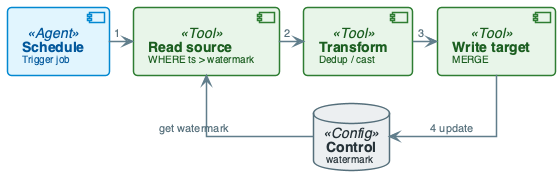
The PlantUML diagram diagrams/week04/week4_lecture_slide22_execution_flow.png in OrPerets/data-engineering-course, before a commit.
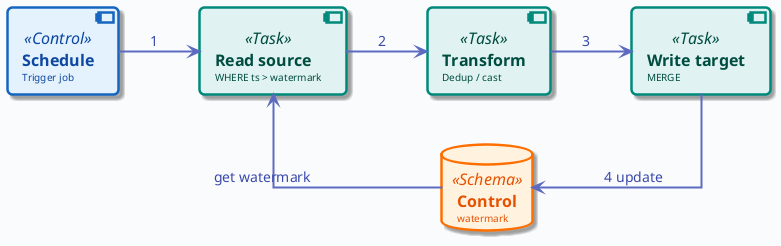
After the commit.

What changed in the source:
```diff
@@ -1,133 +1,18 @@
 @startuml
 
+!include ../_template_styles.puml
+
 top to bottom direction
-skinparam linetype ortho
-skinparam shadowing false
-skinparam roundcorner 8
-skinparam handwritten false
-skinparam nodesep 24
-skinparam ranksep 28
 
-skinparam defaultFontName "Segoe UI, Helvetica, sans-serif"
-skinparam defaultFontSize 16
-skinparam defaultFontColor #2C3E50
+component "**Schedule**\n<size:10>Trigger job</size>" as TRIGGER1 <<Control>>
 
-skinparam rectangle {
-    BackgroundColor #F8F9FA
-    BorderColor #90A4AE
-    BorderThickness 2
-    FontColor #263238
-    FontSize 14
-    FontStyle bold
-    Padding 20
-}
+component "**Read source**\n<size:10>WHERE ts > watermark</size>" as READ1 <<Task>>
 
-skinparam component {
-    BackgroundColor #FFFFFF
-    BorderColor #78909C
-    BorderThickness 1.5
-    FontSize 14
-    Padding 12
-}
+component "**Transform**\n<size:10>Dedup / cast</size>" as TRANSFORM_STEP <<Task>>
 
-skinparam database {
-    BackgroundColor #ECEFF1
-    BorderColor #546E7A
-    BorderThickness 1.5
-    FontSize 14
-    FontColor #263238
-}
+component "**Write target**\n<size:10>MERGE</size>" as WRITE1 <<Task>>
 
-skinparam arrow {
-    Color #607D8B
-    Thickness 1.5
-    FontSize 11
-    FontColor #546E7A
-}
-
-skinparam component<<UI>> {
-    BorderColor #8E24AA
-    BackgroundColor #F3E5F5
-    FontColor #4A148C
-}
-
-skinparam component<<Agent>> {
-    BorderColor #0288D1
-    BackgroundColor #E1F5FE
-    FontColor #01579B
-}
-
-skinparam component<<Tool>> {
-    BorderColor #2E7D32
-    BackgroundColor #E8F5E9
-    FontColor #1B5E20
-}
-
-skinparam component<<Config>> {
-    BorderColor #F57C00
-    BackgroundColor #FFF3E0
-    FontColor #E65100
-}
-
-skinparam component<<Bad>> {
-    BorderColor #C62828
-    BackgroundColor #FFEBEE
-    FontColor #B71C1C
-}
-
-skinparam component<<V1>> {
-    BorderColor #F57C00
-    BackgroundColor #FFF3E0
-    FontColor #E65100
-}
-
-skinparam component<<V2>> {
-    BorderColor #2E7D32
-    BackgroundColor #E8F5E9
-    FontColor #1B5E20
-}
-
-skinparam component<<up>> {
-    BackgroundColor #E8F5E9
-    BorderColor #2E7D32
-}
-
-skinparam component<<down>> {
-    BackgroundColor #FFEBEE
-    BorderColor #C62828
-}
-
-skinparam database<<up>> {
-    BackgroundColor #E8F5E9
-    BorderColor #2E7D32
-}
-
-skinparam database<<down>> {
-    BackgroundColor #FFEBEE
-    BorderColor #C62828
-}
-
-skinparam component<<success>> {
-    BackgroundColor #E8F5E9
-    BorderColor #2E7D32
-}
-
-skinparam component<<failure>> {
-    BackgroundColor #FFEBEE
-    BorderColor #C62828
-}
-
-
-
-component "**Schedule**\n<size:10>Trigger job</size>" as TRIGGER1 <<Agent>>
-
-component "**Read source**\n<size:10>WHERE ts > watermark</size>" as READ1 <<Tool>>
-
-component "**Transform**\n<size:10>Dedup / cast</size>" as TRANSFORM_STEP <<Tool>>
-
-component "**Write target**\n<size:10>MERGE</size>" as WRITE1 <<Tool>>
-
-database "**Control**\n<size:10>watermark</size>" as STATE1 <<Config>>
+database "**Control**\n<size:10>watermark</size>" as STATE1 <<Schema>>
 
 TRIGGER1 -right-> READ1 : "1"
 READ1 -right-> TRANSFORM_STEP : "2"
```
